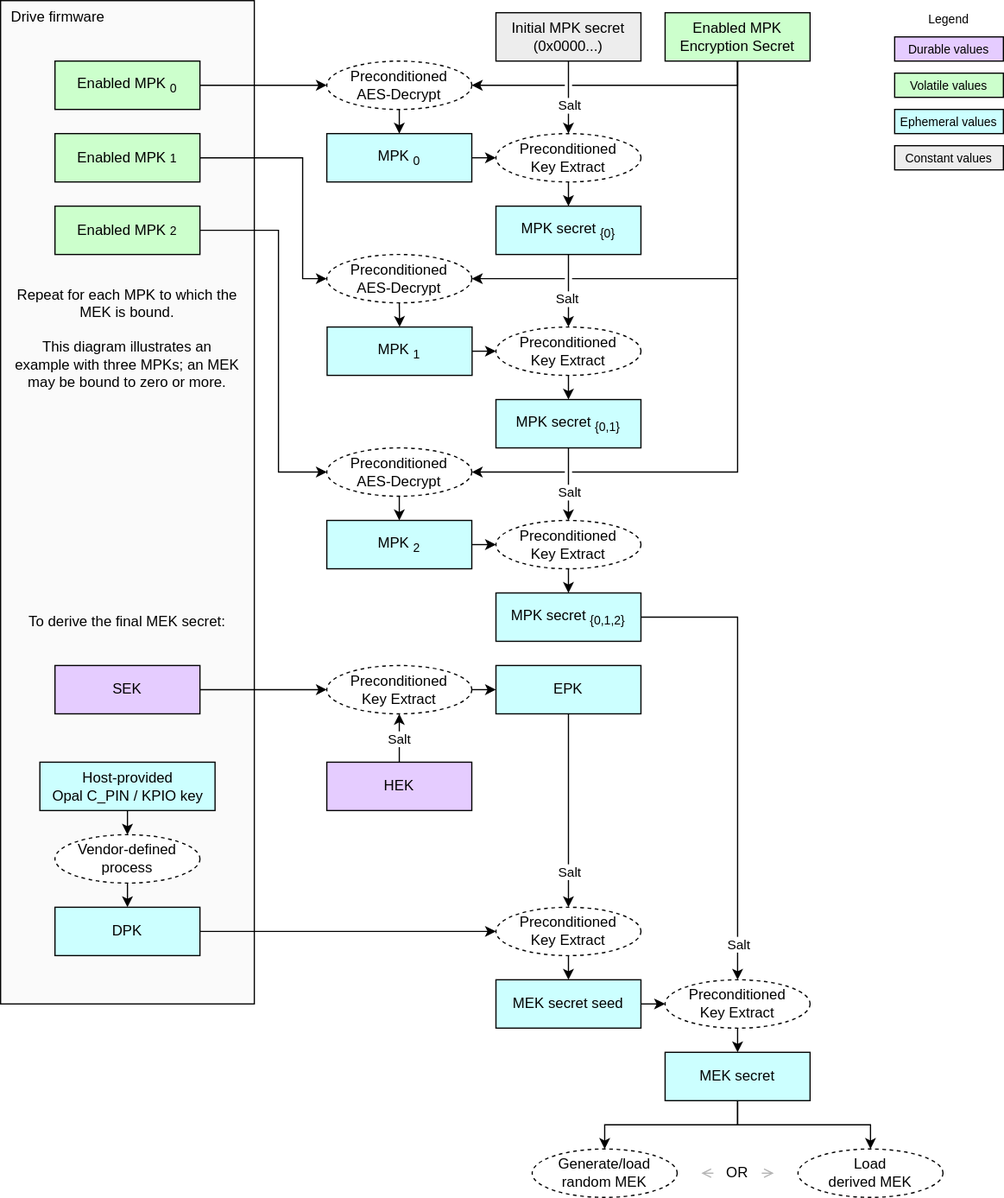
Above: doc/ocp_lock/diagrams/mek_secret_derivation.drawio.svg in chipsalliance/Caliptra (draw.io), before the change. Source tidied: cells renumbered, new cells last; positions are measured from the earlier drawing's top-left corner, leaving out a move shared by most shapes.
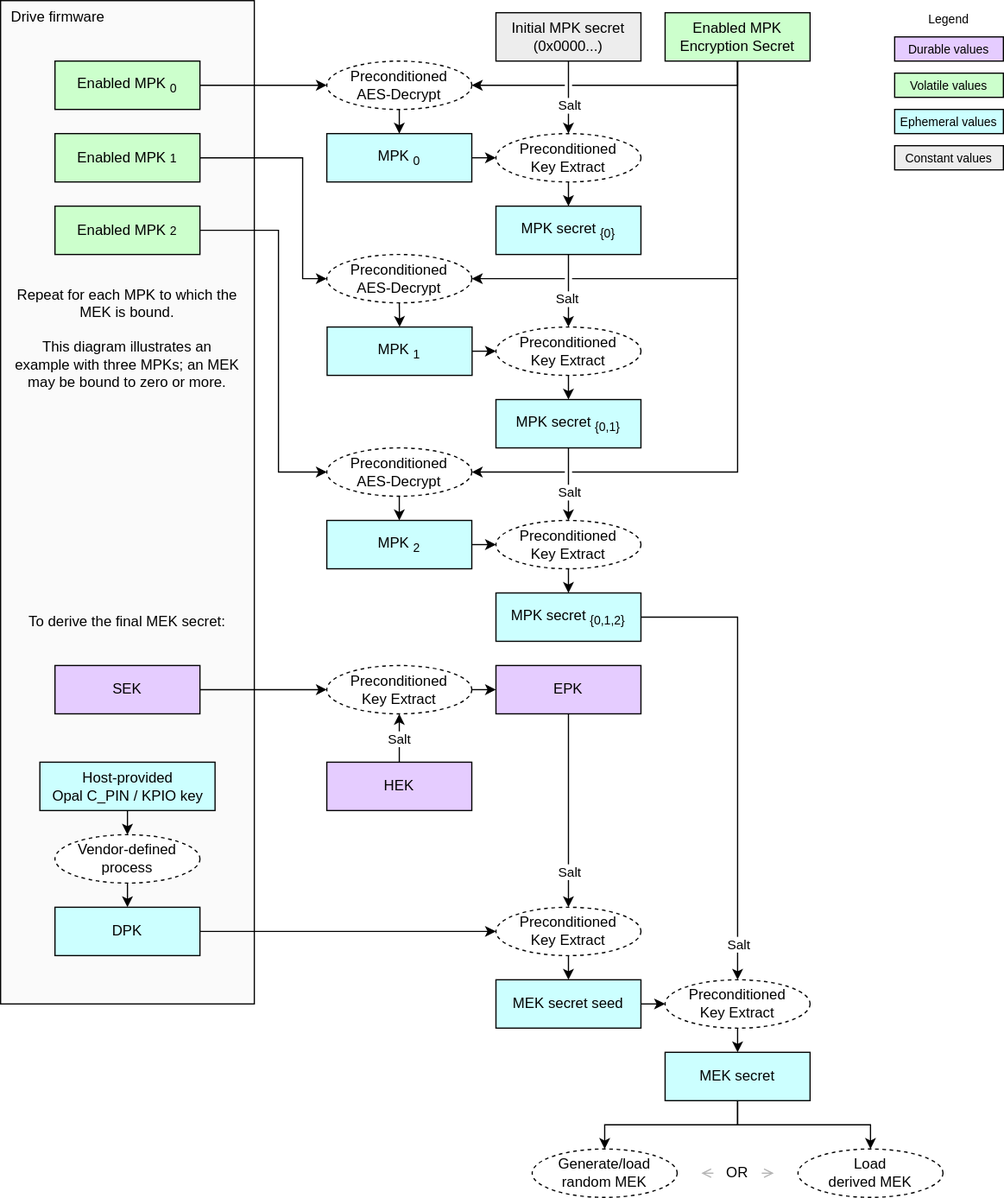
Above is the later version.

Commit message:
Key derivation fixes.

Change to the diagram source:
```diff
@@ -224,7 +224,7 @@
         <mxPoint y="-4" as="offset" />
       </mxGeometry>
     </mxCell>
-    <mxCell id="69" value="&lt;div&gt;&lt;font color=&quot;#000000&quot;&gt;EPK&lt;/font&gt;&lt;/div&gt;" style="rounded=0;whiteSpace=wrap;html=1;align=center;verticalAlign=middle;shadow=0;glass=0;spacingLeft=0;spacingBottom=0;spacingTop=0;fillColor=#CCFFFF;" parent="1" vertex="1">
+    <mxCell id="69" value="&lt;div&gt;&lt;font color=&quot;#000000&quot;&gt;EPK&lt;/font&gt;&lt;/div&gt;" style="rounded=0;whiteSpace=wrap;html=1;align=center;verticalAlign=middle;shadow=0;glass=0;spacingLeft=0;spacingBottom=0;spacingTop=0;fillColor=#E5CCFF;" parent="1" vertex="1">
       <mxGeometry x="410" y="550" width="120" height="40" as="geometry" />
     </mxCell>
     <mxCell id="70" style="edgeStyle=none;html=1;exitX=1;exitY=0.5;exitDx=0;exitDy=0;entryX=0;entryY=0.5;entryDx=0;entryDy=0;jumpStyle=gap;" parent="1" edge="1" source="7" target="9">
```
